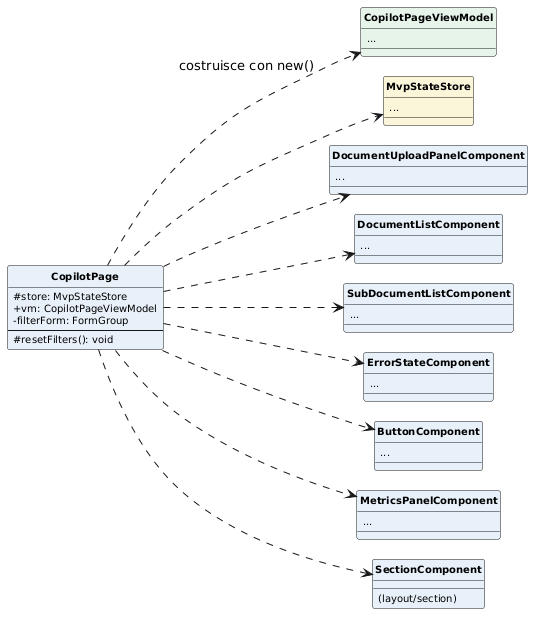
Earlier version of the PlantUML export PB/Specifica Tecnica/ImmaginiSpecificaTecnica/ClassiSingoleFrontendMicro/CopilotPageRelation.png (aLittleByte-19/Documentazione). Source of this version:
```plantuml
@startuml
skinparam classAttributeIconSize 0
skinparam classFontStyle bold
skinparam classFontSize 12
skinparam classAttributeFontSize 10
skinparam shadowing false
skinparam packageStyle rectangle
skinparam nodesep 20
skinparam ranksep 30
hide circle
left to right direction

class CopilotPage #E8F1FA {
  #store: MvpStateStore
  +vm: CopilotPageViewModel
  -filterForm: FormGroup
  --
  #resetFilters(): void
}

class CopilotPageViewModel #E6F4EA {
  ...
}
class MvpStateStore #FBF6D9 {
  ...
}
class DocumentUploadPanelComponent #E8F1FA {
  ...
}
class DocumentListComponent #E8F1FA {
  ...
}
class SubDocumentListComponent #E8F1FA {
  ...
}
class ErrorStateComponent #E8F1FA {
  ...
}
class ButtonComponent #E8F1FA {
  ...
}
class MetricsPanelComponent #E8F1FA {
  ...
}
class SectionComponent #E8F1FA {
  (layout/section)
}

CopilotPage ..> CopilotPageViewModel : costruisce con new()
CopilotPage ..> MvpStateStore
CopilotPage ..> DocumentUploadPanelComponent
CopilotPage ..> DocumentListComponent
CopilotPage ..> SubDocumentListComponent
CopilotPage ..> ErrorStateComponent
CopilotPage ..> ButtonComponent
CopilotPage ..> MetricsPanelComponent
CopilotPage ..> SectionComponent
@enduml
```
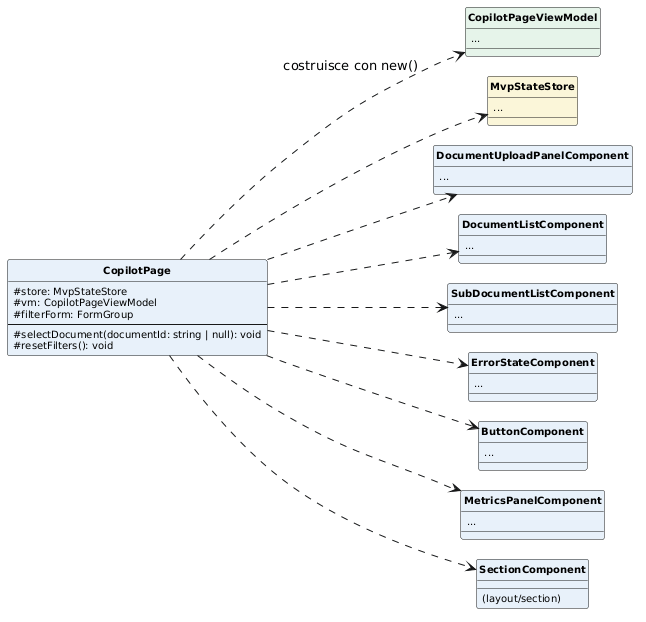
After the change.

The edit, as a diff of the source:
```diff
@@ -12,9 +12,10 @@
 
 class CopilotPage #E8F1FA {
   #store: MvpStateStore
-  +vm: CopilotPageViewModel
-  -filterForm: FormGroup
+  #vm: CopilotPageViewModel
+  #filterForm: FormGroup
   --
+  #selectDocument(documentId: string | null): void
   #resetFilters(): void
 }
 
```
